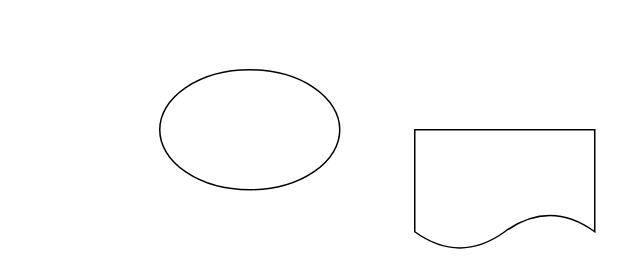
Before: Untitled Diagram.drawio in JiangYue1711/draw.io-, a draw.io diagram. Source tidied: cells renumbered, new cells numbered last; positions are measured from the earlier drawing's top-left corner, leaving out a move shared by most shapes. Both pictures are drawn from the tidied source at 150%, with x=0, y=0 at pixel (159, 69).
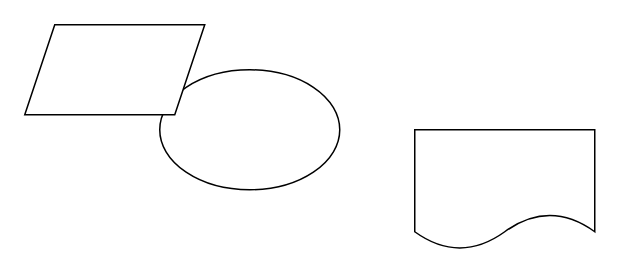
After the change.

The edit, as a diff of the source:
```diff
@@
 <mxGraphModel>
   <root>
     <mxCell id="0" />
     <mxCell id="1" parent="0" />
     <mxCell id="2" style="ellipse;whiteSpace=wrap;html=1;" parent="1" vertex="1">
       <mxGeometry width="120" height="80" as="geometry" />
     </mxCell>
     <mxCell id="3" style="shape=document;whiteSpace=wrap;html=1;boundedLbl=1;" parent="1" vertex="1">
       <mxGeometry x="170" y="40" width="120" height="80" as="geometry" />
     </mxCell>
+    <mxCell id="4" style="shape=parallelogram;perimeter=parallelogramPerimeter;whiteSpace=wrap;html=1;fixedSize=1;" parent="1" vertex="1">
+      <mxGeometry x="-90" y="-30" width="120" height="60" as="geometry" />
+    </mxCell>
   </root>
 </mxGraphModel>
```
